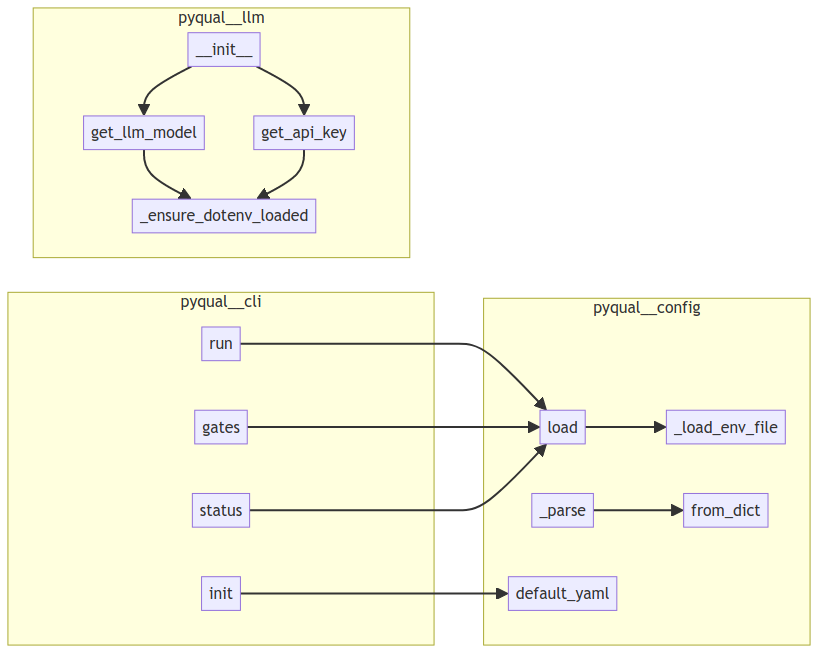
This is project/calls.png from semcod/pyqual, a Mermaid export, as it was before one commit. Its source is kept beside it as project/calls.mmd. Its diagram source:
```mermaid
flowchart LR
    subgraph pyqual__cli
        pyqual__cli__init["init"]
        pyqual__cli__status["status"]
        pyqual__cli__run["run"]
        pyqual__cli__gates["gates"]
    end
    subgraph pyqual__config
        pyqual__config__PyqualConfig___parse["_parse"]
        pyqual__config___load_env_file["_load_env_file"]
        pyqual__config__GateConfig__from_dict["from_dict"]
        pyqual__config__PyqualConfig__load["load"]
        pyqual__config__PyqualConfig__default_yaml["default_yaml"]
    end
    subgraph pyqual__llm
        pyqual__llm__LLM____init__["__init__"]
        pyqual__llm__get_llm_model["get_llm_model"]
        pyqual__llm___ensure_dotenv_loaded["_ensure_dotenv_loaded"]
        pyqual__llm__get_api_key["get_api_key"]
    end
    pyqual__cli__init --> pyqual__config__PyqualConfig__default_yaml
    pyqual__cli__run --> pyqual__config__PyqualConfig__load
    pyqual__cli__gates --> pyqual__config__PyqualConfig__load
    pyqual__cli__status --> pyqual__config__PyqualConfig__load
    pyqual__llm__get_llm_model --> pyqual__llm___ensure_dotenv_loaded
    pyqual__llm__get_api_key --> pyqual__llm___ensure_dotenv_loaded
    pyqual__llm__LLM____init__ --> pyqual__llm__get_llm_model
    pyqual__llm__LLM____init__ --> pyqual__llm__get_api_key
    pyqual__config__PyqualConfig__load --> pyqual__config___load_env_file
    pyqual__config__PyqualConfig___parse --> pyqual__config__GateConfig__from_dict
```
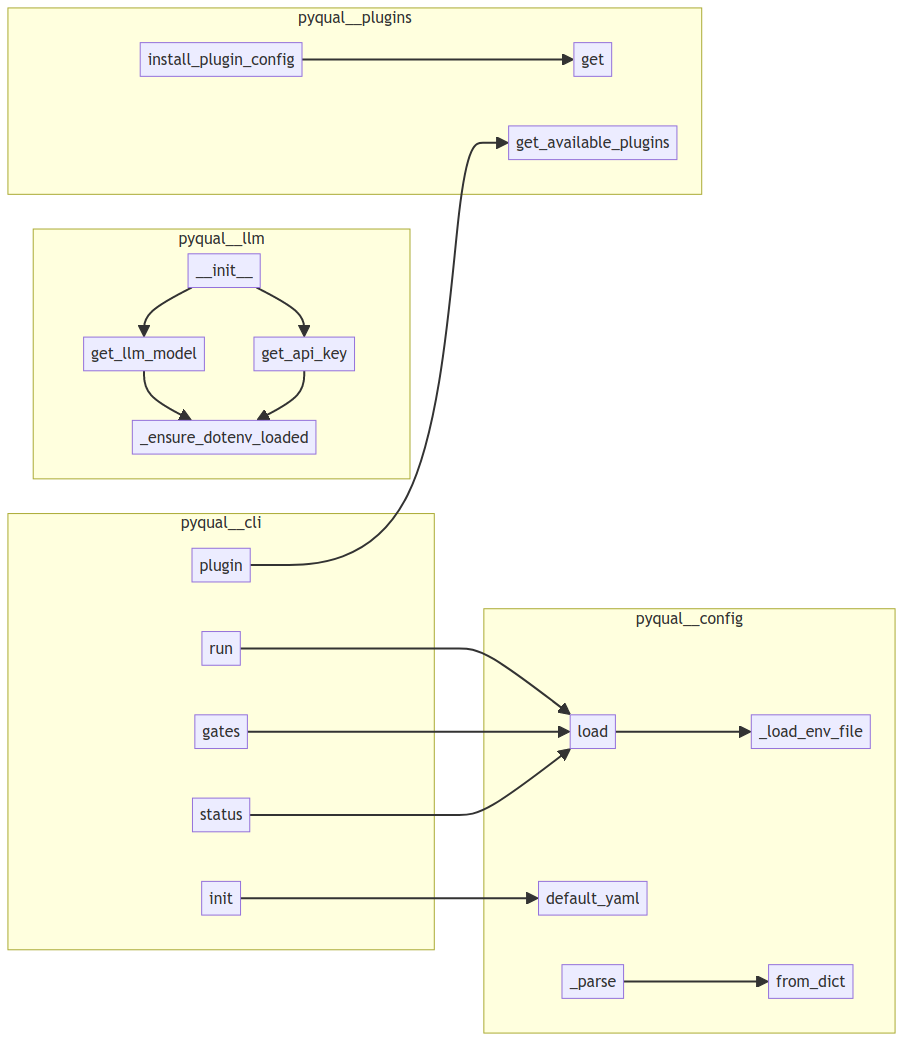
The same diagram one commit later.

What changed in the source:
```diff
@@ -1,30 +1,38 @@
 flowchart LR
     subgraph pyqual__cli
-        pyqual__cli__init["init"]
         pyqual__cli__status["status"]
         pyqual__cli__run["run"]
+        pyqual__cli__init["init"]
         pyqual__cli__gates["gates"]
+        pyqual__cli__plugin["plugin"]
     end
     subgraph pyqual__config
+        pyqual__config___load_env_file["_load_env_file"]
         pyqual__config__PyqualConfig___parse["_parse"]
-        pyqual__config___load_env_file["_load_env_file"]
+        pyqual__config__PyqualConfig__default_yaml["default_yaml"]
+        pyqual__config__PyqualConfig__load["load"]
         pyqual__config__GateConfig__from_dict["from_dict"]
-        pyqual__config__PyqualConfig__load["load"]
-        pyqual__config__PyqualConfig__default_yaml["default_yaml"]
     end
     subgraph pyqual__llm
+        pyqual__llm__get_api_key["get_api_key"]
         pyqual__llm__LLM____init__["__init__"]
+        pyqual__llm___ensure_dotenv_loaded["_ensure_dotenv_loaded"]
         pyqual__llm__get_llm_model["get_llm_model"]
-        pyqual__llm___ensure_dotenv_loaded["_ensure_dotenv_loaded"]
-        pyqual__llm__get_api_key["get_api_key"]
+    end
+    subgraph pyqual__plugins
+        pyqual__plugins__install_plugin_config["install_plugin_config"]
+        pyqual__plugins__PluginRegistry__get["get"]
+        pyqual__plugins__get_available_plugins["get_available_plugins"]
     end
     pyqual__cli__init --> pyqual__config__PyqualConfig__default_yaml
     pyqual__cli__run --> pyqual__config__PyqualConfig__load
     pyqual__cli__gates --> pyqual__config__PyqualConfig__load
     pyqual__cli__status --> pyqual__config__PyqualConfig__load
+    pyqual__cli__plugin --> pyqual__plugins__get_available_plugins
     pyqual__llm__get_llm_model --> pyqual__llm___ensure_dotenv_loaded
     pyqual__llm__get_api_key --> pyqual__llm___ensure_dotenv_loaded
     pyqual__llm__LLM____init__ --> pyqual__llm__get_llm_model
     pyqual__llm__LLM____init__ --> pyqual__llm__get_api_key
     pyqual__config__PyqualConfig__load --> pyqual__config___load_env_file
     pyqual__config__PyqualConfig___parse --> pyqual__config__GateConfig__from_dict
+    pyqual__plugins__install_plugin_config --> pyqual__plugins__PluginRegistry__get
```
